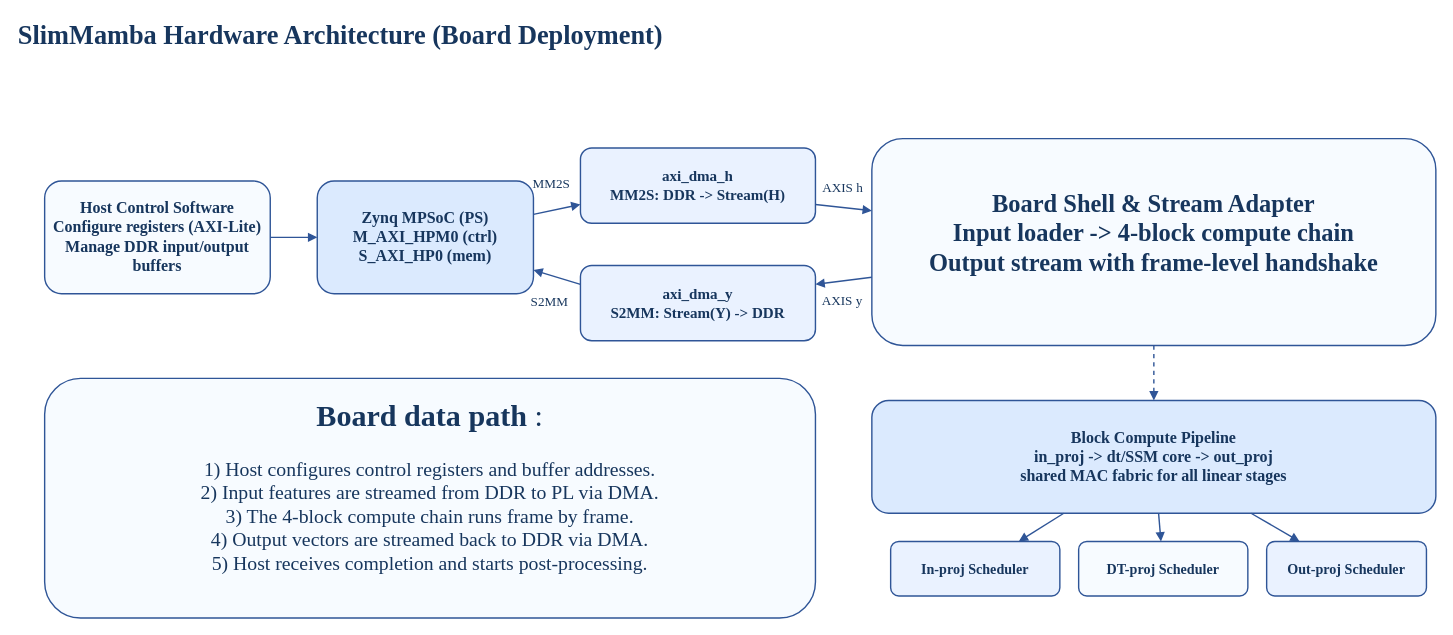
The draw.io diagram page "P1 System Archi + Board Data Path" (1 of 4) of docx/presentation/thesis/drawio/thesis_archi_export.drawio in Elison-debug/Cmamba_reconstruct, before the edit. Source tidied: cells renumbered, new cells numbered last; positions are measured from the earlier drawing's top-left corner, leaving out a move shared by most shapes. Both pictures are drawn from the tidied source at 94%, with x=0, y=0 at pixel (16, 16).
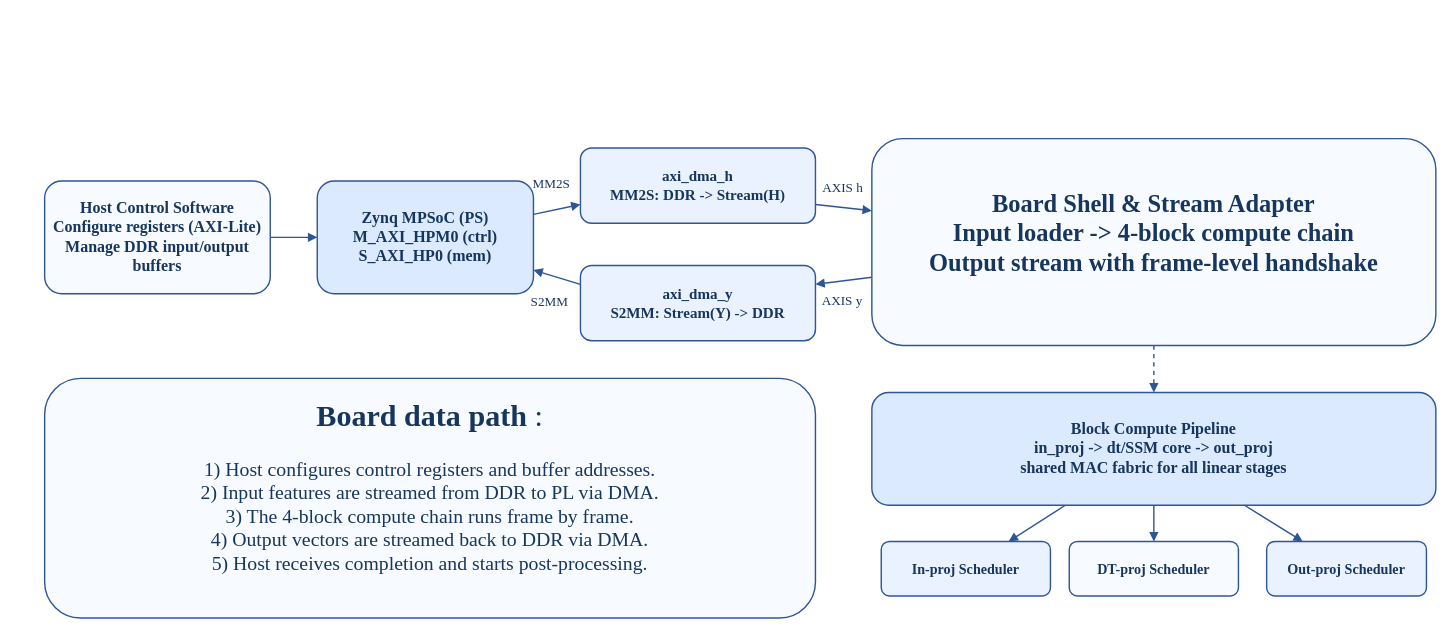
The same diagram, later.

What changed in the source:
```diff
@@
-    <mxCell id="2" value="SlimMamba Hardware Architecture (Board Deployment)" style="text;html=1;strokeColor=none;fillColor=none;align=left;verticalAlign=middle;fontFamily=Times New Roman;fontSize=28;fontStyle=1;fontColor=#17365D;" parent="1" vertex="1">
-      <mxGeometry width="980" height="40" as="geometry" />
-    </mxCell>
@@
     <mxCell id="8" value="Block Compute Pipeline&#10;in_proj -&gt; dt/SSM core -&gt; out_proj&#10;shared MAC fabric for all linear stages" style="rounded=1;whiteSpace=wrap;html=1;strokeColor=#2F5597;fillColor=#DBEAFE;fontFamily=Times New Roman;fontSize=17;fontStyle=1;fontColor=#17365D;strokeWidth=1.5;" parent="1" vertex="1">
-      <mxGeometry x="910" y="408.5" width="600" height="120" as="geometry" />
+      <mxGeometry x="910" y="400" width="600" height="120" as="geometry" />
     </mxCell>
     <mxCell id="9" value="In-proj Scheduler" style="rounded=1;whiteSpace=wrap;html=1;strokeColor=#2F5597;fillColor=#EAF2FF;fontFamily=Times New Roman;fontSize=15;fontStyle=1;fontColor=#17365D;strokeWidth=1.5;" parent="1" vertex="1">
-      <mxGeometry x="930" y="558.5" width="180" height="58" as="geometry" />
+      <mxGeometry x="920" y="558.5" width="180" height="58" as="geometry" />
     </mxCell>
     <mxCell id="10" value="DT-proj Scheduler" style="rounded=1;whiteSpace=wrap;html=1;strokeColor=#2F5597;fillColor=#F7FBFF;fontFamily=Times New Roman;fontSize=15;fontStyle=1;fontColor=#17365D;strokeWidth=1.5;" parent="1" vertex="1">
-      <mxGeometry x="1130" y="558.5" width="180" height="58" as="geometry" />
+      <mxGeometry x="1120" y="558.5" width="180" height="58" as="geometry" />
     </mxCell>
```
